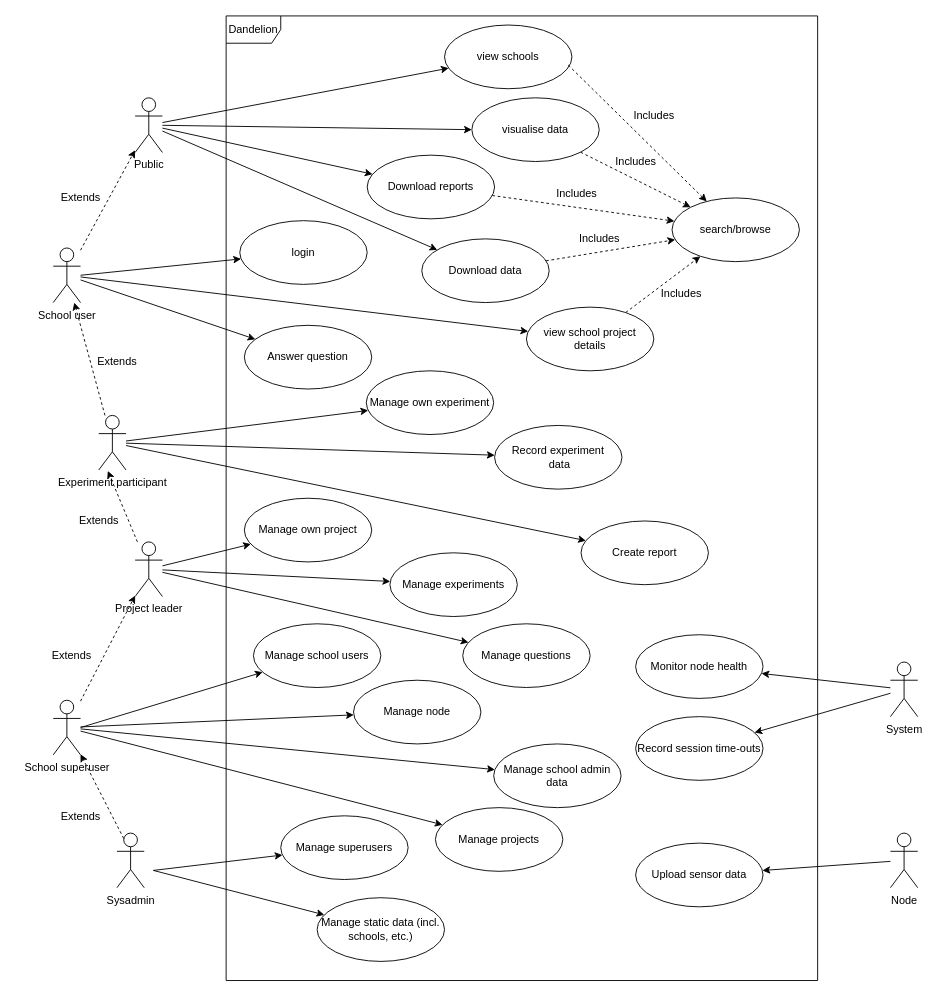
Before: Documentation/Use cases.drawio in Dandelion-dev-team/dandelion, a draw.io diagram. Source tidied: cells renumbered, new cells numbered last; positions are measured from the earlier drawing's top-left corner, leaving out a move shared by most shapes. Both pictures are drawn from the tidied source at 91%, with x=0, y=0 at pixel (44, 15).
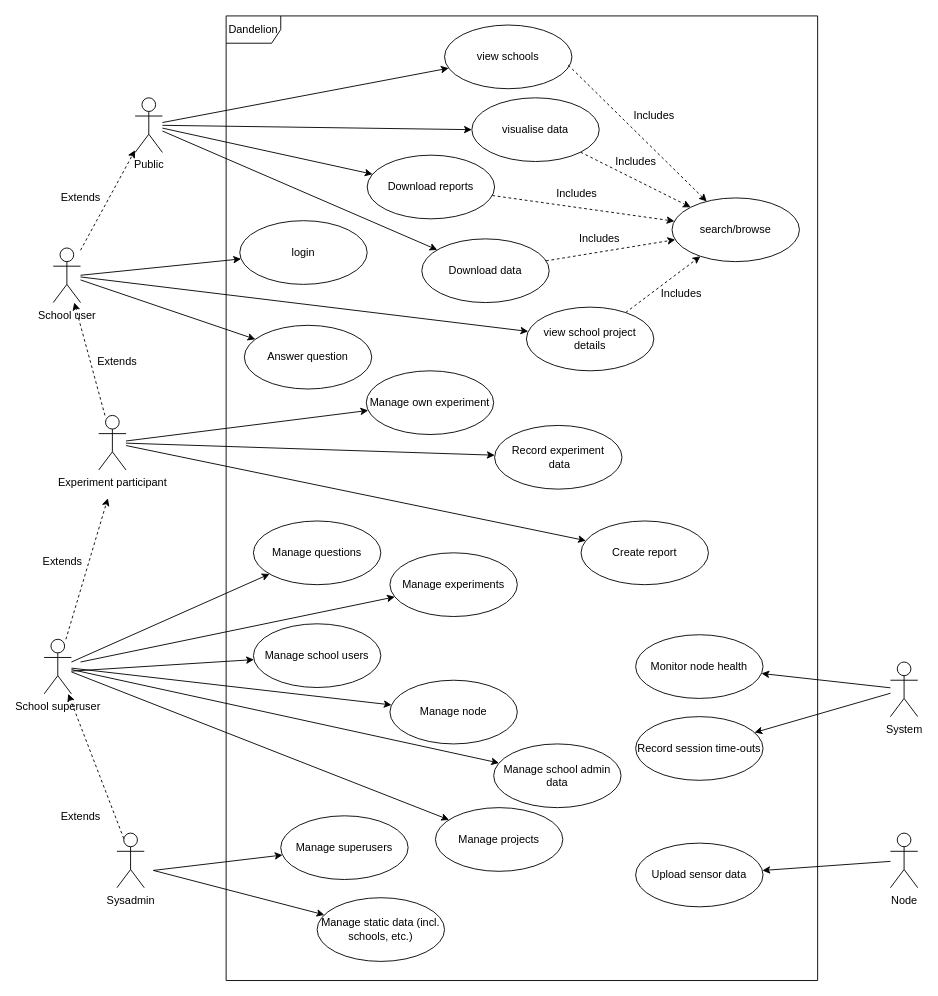
After the change.

Commit message:
Update Use cases - remove project leader

The change refers to these unchanged cells:
```xml
<mxCell id="31" value="Manage experiments" style="ellipse;whiteSpace=wrap;html=1;" parent="1" vertex="1">
  <mxGeometry x="380" y="590" width="140" height="70" as="geometry" />
</mxCell>
<mxCell id="39" value="Manage school users" style="ellipse;whiteSpace=wrap;html=1;" parent="1" vertex="1">
  <mxGeometry x="230" y="668" width="140" height="70" as="geometry" />
</mxCell>
```

Diff of the diagram source:
```diff
@@
-    <mxCell id="10" style="rounded=0;jettySize=auto;html=1;dashed=1;" parent="1" edge="1" source="11" target="63">
-      <mxGeometry relative="1" as="geometry" />
+    <mxCell id="10" style="rounded=0;jettySize=auto;html=1;dashed=1;" parent="1" edge="1" source="11">
+      <mxGeometry relative="1" as="geometry">
+        <mxPoint x="70" y="530" as="targetPoint" />
+      </mxGeometry>
     </mxCell>
     <mxCell id="11" value="School superuser" style="shape=umlActor;verticalLabelPosition=bottom;verticalAlign=top;html=1;" parent="1" vertex="1">
-      <mxGeometry x="10" y="752" width="30" height="60" as="geometry" />
+      <mxGeometry y="685" width="30" height="60" as="geometry" />
     </mxCell>
@@
     <mxCell id="16" value="Extends" style="text;html=1;align=center;verticalAlign=middle;strokeColor=none;fillColor=none;" parent="1" vertex="1">
-      <mxGeometry y="693" width="60" height="20" as="geometry" />
+      <mxGeometry x="-10" y="590" width="60" height="20" as="geometry" />
     </mxCell>
@@
-    <mxCell id="33" style="edgeStyle=none;rounded=0;jettySize=auto;html=1;" parent="1" edge="1" source="63" target="31">
-      <mxGeometry relative="1" as="geometry" />
+    <mxCell id="33" style="edgeStyle=none;rounded=0;jettySize=auto;html=1;" parent="1" edge="1" target="31">
+      <mxGeometry relative="1" as="geometry">
+        <mxPoint x="40" y="710" as="sourcePoint" />
+      </mxGeometry>
     </mxCell>
@@
     <mxCell id="41" style="edgeStyle=none;rounded=0;jettySize=auto;html=1;" parent="1" edge="1" target="39">
       <mxGeometry relative="1" as="geometry">
-        <mxPoint x="40" y="782" as="sourcePoint" />
+        <mxPoint x="30" y="720" as="sourcePoint" />
       </mxGeometry>
     </mxCell>
@@
-    <mxCell id="62" style="rounded=0;jettySize=auto;html=1;" parent="1" edge="1" source="63" target="72">
-      <mxGeometry relative="1" as="geometry" />
+    <mxCell id="62" style="rounded=0;jettySize=auto;html=1;" parent="1" edge="1" target="72">
+      <mxGeometry relative="1" as="geometry">
+        <mxPoint x="30" y="710" as="sourcePoint" />
+      </mxGeometry>
     </mxCell>
-    <mxCell id="63" value="Project leader" style="shape=umlActor;verticalLabelPosition=bottom;verticalAlign=top;html=1;" parent="1" vertex="1">
-      <mxGeometry x="100" y="578" width="30" height="60" as="geometry" />
-    </mxCell>
-    <mxCell id="64" style="rounded=0;jettySize=auto;html=1;dashed=1;" parent="1" edge="1" source="63">
-      <mxGeometry relative="1" as="geometry">
-        <mxPoint x="70" y="500" as="targetPoint" />
-      </mxGeometry>
-    </mxCell>
-    <mxCell id="65" value="Extends" style="text;html=1;align=center;verticalAlign=middle;strokeColor=none;fillColor=none;" parent="1" vertex="1">
-      <mxGeometry x="30" y="545" width="60" height="20" as="geometry" />
-    </mxCell>
-    <mxCell id="66" value="Manage own project" style="ellipse;whiteSpace=wrap;html=1;" parent="1" vertex="1">
-      <mxGeometry x="220" y="530" width="140" height="70" as="geometry" />
-    </mxCell>
-    <mxCell id="67" style="edgeStyle=none;rounded=0;jettySize=auto;html=1;" parent="1" edge="1" source="63" target="66">
-      <mxGeometry relative="1" as="geometry" />
-    </mxCell>
@@
     <mxCell id="72" value="Manage questions" style="ellipse;whiteSpace=wrap;html=1;" parent="1" vertex="1">
-      <mxGeometry x="460" y="668" width="140" height="70" as="geometry" />
+      <mxGeometry x="230" y="555" width="140" height="70" as="geometry" />
     </mxCell>
@@
     <mxCell id="74" value="Manage node" style="ellipse;whiteSpace=wrap;html=1;" parent="1" vertex="1">
-      <mxGeometry x="340" y="730" width="140" height="70" as="geometry" />
+      <mxGeometry x="380" y="730" width="140" height="70" as="geometry" />
     </mxCell>
```
